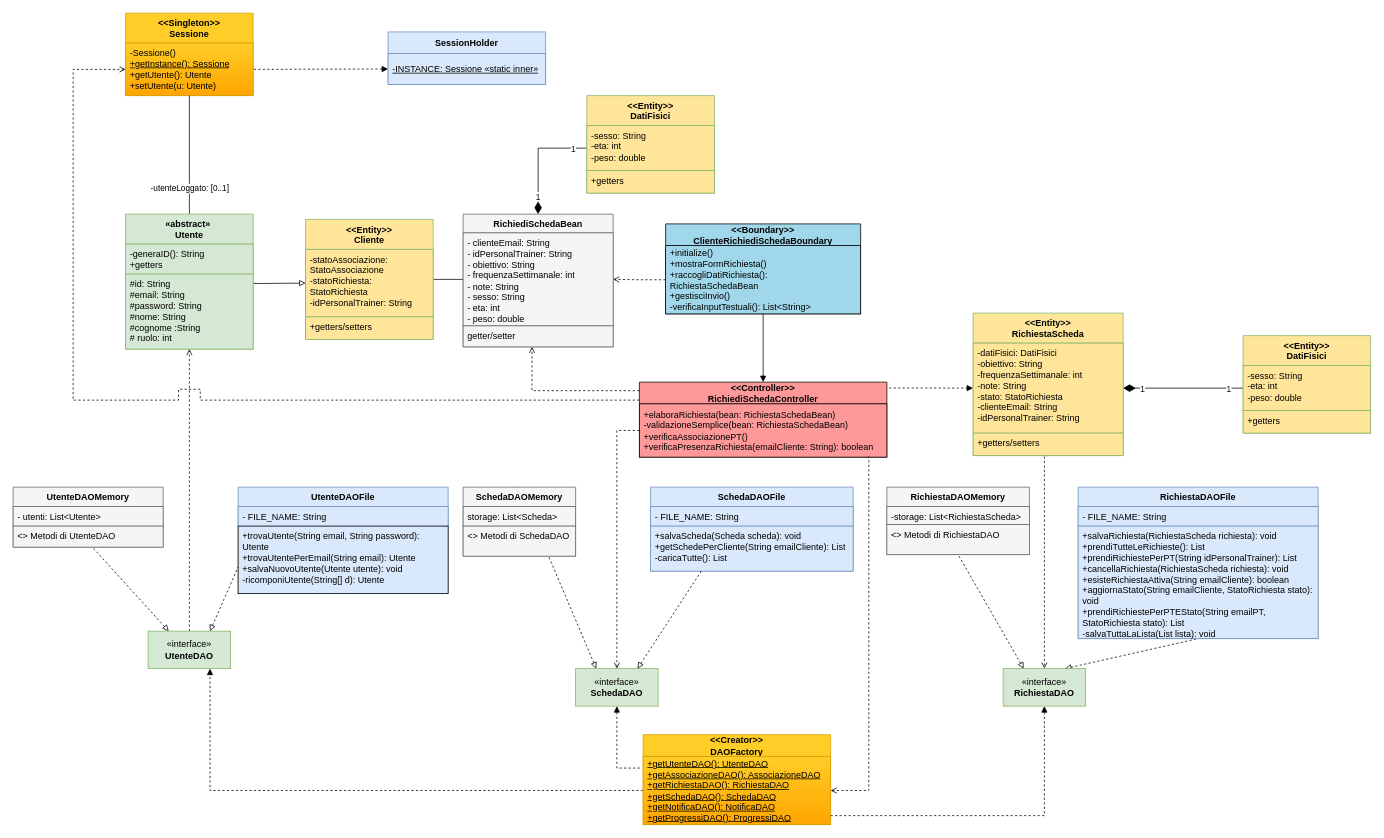
This is Diagramma senza titolo.drawio from FedericoSib/FitPlan, a draw.io file, before an edit. Source tidied: cells renumbered, new cells numbered last; positions are measured from the earlier drawing's top-left corner, leaving out a move shared by most shapes. Both pictures are drawn from the tidied source at 75%, with x=0, y=0 at pixel (13, 13).
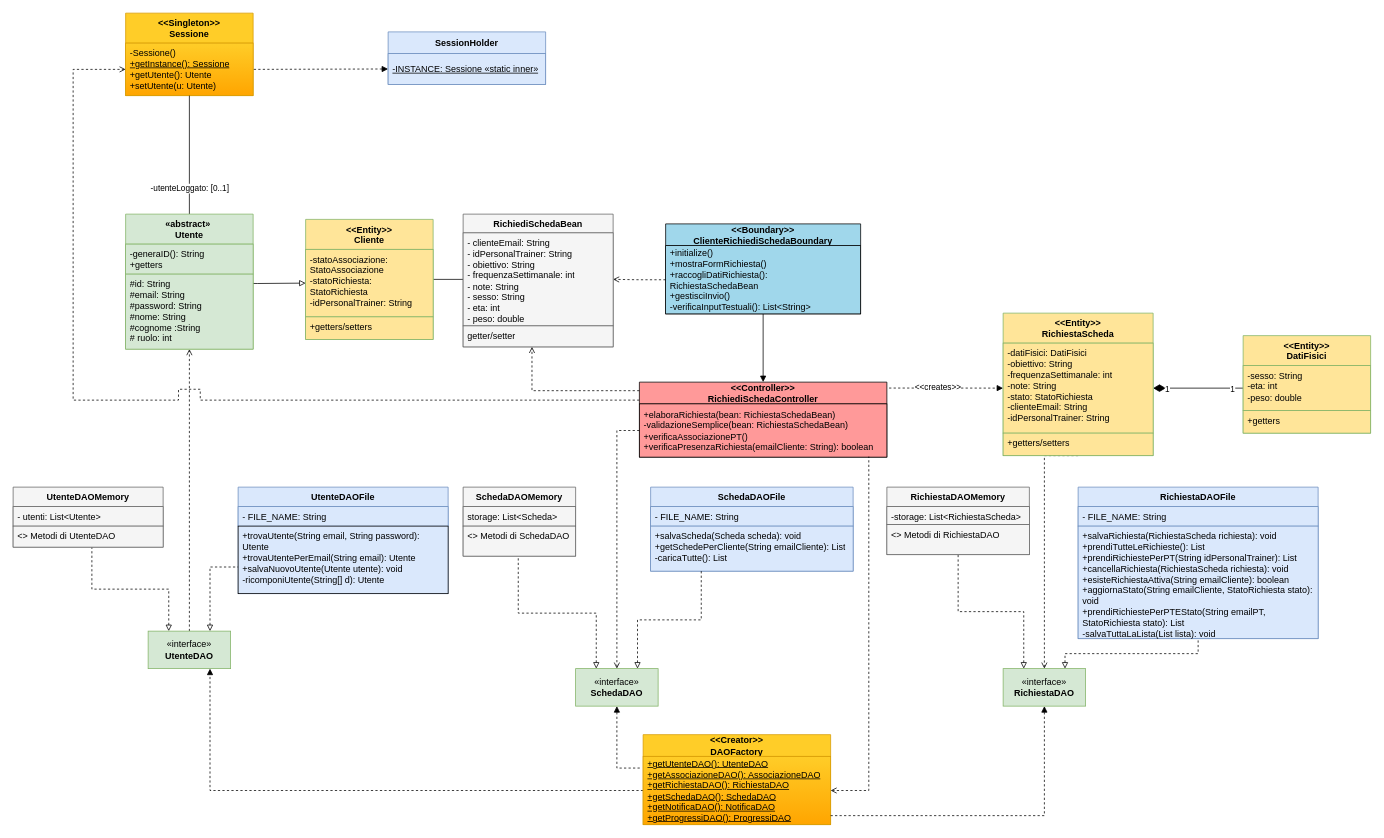
Above is the later version.

Unchanged cells that the change refers to:
```xml
<mxCell id="8" value="«interface»&lt;br&gt;&lt;b&gt;RichiestaDAO&lt;/b&gt;" style="html=1;whiteSpace=wrap;fillColor=#d5e8d4;gradientColor=none;strokeColor=#82b366;" parent="1" vertex="1">
  <mxGeometry x="1320" y="874" width="110" height="50" as="geometry" />
</mxCell>
<mxCell id="9" value="&lt;b&gt;RichiestaDAOFile&lt;/b&gt;" style="swimlane;fontStyle=1;align=center;verticalAlign=top;horizontal=1;startSize=26;whiteSpace=wrap;html=1;fillColor=#dae8fc;gradientColor=none;strokeColor=#6c8ebf;" parent="1" vertex="1">
  <mxGeometry x="1420" y="632" width="320" height="202" as="geometry" />
</mxCell>
<mxCell id="12" value="&lt;b&gt;RichiestaDAOMemory&lt;/b&gt;" style="swimlane;fontStyle=1;align=center;verticalAlign=top;horizontal=1;startSize=26;whiteSpace=wrap;html=1;fillColor=#f5f5f5;gradientColor=none;strokeColor=#666666;" parent="1" vertex="1">
  <mxGeometry x="1165" y="632" width="190" height="90" as="geometry" />
</mxCell>
<mxCell id="17" value="«interface»&lt;br&gt;&lt;b&gt;UtenteDAO&lt;/b&gt;" style="html=1;whiteSpace=wrap;fillColor=#d5e8d4;strokeColor=#82b366;gradientColor=none;" parent="1" vertex="1">
  <mxGeometry x="180" y="824" width="110" height="50" as="geometry" />
</mxCell>
<mxCell id="18" value="&lt;b&gt;UtenteDAOFile&lt;/b&gt;" style="swimlane;fontStyle=1;align=center;verticalAlign=top;horizontal=1;startSize=26;whiteSpace=wrap;html=1;fillColor=#dae8fc;gradientColor=none;strokeColor=#6c8ebf;" parent="1" vertex="1">
  <mxGeometry x="300" y="632" width="280" height="142" as="geometry" />
</mxCell>
<mxCell id="23" value="&amp;lt;&amp;gt; Metodi di UtenteDAO" style="text;strokeColor=#666666;fillColor=#f5f5f5;align=left;verticalAlign=top;spacingLeft=4;spacingRight=4;overflow=hidden;points=[[0,0.5],[1,0.5]];portConstraint=eastwest;whiteSpace=wrap;html=1;gradientColor=none;" parent="21" vertex="1">
  <mxGeometry y="52" width="200" height="28" as="geometry" />
</mxCell>
<mxCell id="25" value="&lt;div&gt;«interface»&lt;b&gt;&lt;br&gt;&lt;/b&gt;&lt;/div&gt;&lt;div&gt;&lt;b&gt;SchedaDAO&lt;/b&gt;&lt;/div&gt;" style="html=1;whiteSpace=wrap;fillColor=#d5e8d4;gradientColor=none;strokeColor=#82b366;" parent="1" vertex="1">
  <mxGeometry x="750" y="874" width="110" height="50" as="geometry" />
</mxCell>
<mxCell id="26" value="&lt;b&gt;SchedaDAOFile&lt;/b&gt;" style="swimlane;fontStyle=1;align=center;verticalAlign=top;horizontal=1;startSize=26;whiteSpace=wrap;html=1;fillColor=#dae8fc;gradientColor=none;strokeColor=#6c8ebf;" parent="1" vertex="1">
  <mxGeometry x="850" y="632" width="270" height="112" as="geometry" />
</mxCell>
<mxCell id="29" value="SchedaDAOMemory" style="swimlane;fontStyle=1;align=center;verticalAlign=top;horizontal=1;startSize=26;whiteSpace=wrap;html=1;fillColor=#f5f5f5;gradientColor=none;strokeColor=#666666;" parent="1" vertex="1">
  <mxGeometry x="600" y="632" width="150" height="92" as="geometry" />
</mxCell>
<mxCell id="31" value="&amp;lt;&amp;gt; Metodi di SchedaDAO" style="text;strokeColor=#666666;fillColor=#f5f5f5;align=left;verticalAlign=top;spacingLeft=4;spacingRight=4;overflow=hidden;points=[[0,0.5],[1,0.5]];portConstraint=eastwest;whiteSpace=wrap;html=1;gradientColor=none;" parent="29" vertex="1">
  <mxGeometry y="52" width="150" height="40" as="geometry" />
</mxCell>
<mxCell id="55" value="RichiediSchedaBean" style="swimlane;fontStyle=1;align=center;verticalAlign=top;horizontal=1;startSize=25;whiteSpace=wrap;html=1;swimlaneFillColor=default;fillColor=#f5f5f5;strokeColor=#666666;gradientColor=none;" parent="1" vertex="1">
  <mxGeometry x="600" y="268" width="200" height="177" as="geometry" />
</mxCell>
<mxCell id="61" style="edgeStyle=orthogonalEdgeStyle;rounded=0;jettySize=auto;html=1;dashed=1;endArrow=block;endFill=1;entryX=0;entryY=0.5;entryDx=0;entryDy=0;exitX=1.009;exitY=0.079;exitDx=0;exitDy=0;exitPerimeter=0;" parent="1" edge="1" source="47" target="73">
  <mxGeometry relative="1" as="geometry" />
</mxCell>
```

What changed in the source:
```diff
@@
-    <mxCell id="6" style="rounded=0;jettySize=auto;html=1;exitX=0.25;exitY=0;exitDx=0;exitDy=0;entryX=0.5;entryY=1;entryDx=0;entryDy=0;dashed=1;startArrow=block;startFill=0;endArrow=none;endFill=0;" parent="1" edge="1" source="8" target="12">
+    <mxCell id="6" style="rounded=0;jettySize=auto;html=1;exitX=0.25;exitY=0;exitDx=0;exitDy=0;entryX=0.5;entryY=1;entryDx=0;entryDy=0;dashed=1;startArrow=block;startFill=0;endArrow=none;endFill=0;edgeStyle=orthogonalEdgeStyle;" parent="1" edge="1" source="8" target="12">
       <mxGeometry relative="1" as="geometry" />
     </mxCell>
-    <mxCell id="7" style="rounded=0;jettySize=auto;html=1;exitX=0.75;exitY=0;exitDx=0;exitDy=0;dashed=1;entryX=0.5;entryY=1;entryDx=0;entryDy=0;startArrow=block;startFill=0;endArrow=none;endFill=0;" parent="1" edge="1" source="8" target="9">
+    <mxCell id="7" style="rounded=0;jettySize=auto;html=1;exitX=0.75;exitY=0;exitDx=0;exitDy=0;dashed=1;entryX=0.5;entryY=1;entryDx=0;entryDy=0;startArrow=block;startFill=0;endArrow=none;endFill=0;edgeStyle=orthogonalEdgeStyle;" parent="1" edge="1" source="8" target="9">
       <mxGeometry relative="1" as="geometry" />
     </mxCell>
@@
-    <mxCell id="15" style="rounded=0;jettySize=auto;html=1;exitX=0.25;exitY=0;exitDx=0;exitDy=0;entryX=0.525;entryY=0.979;entryDx=0;entryDy=0;dashed=1;startArrow=block;startFill=0;endArrow=none;endFill=0;entryPerimeter=0;" parent="1" edge="1" source="17" target="23">
+    <mxCell id="15" style="rounded=0;jettySize=auto;html=1;exitX=0.25;exitY=0;exitDx=0;exitDy=0;entryX=0.525;entryY=0.979;entryDx=0;entryDy=0;dashed=1;startArrow=block;startFill=0;endArrow=none;endFill=0;entryPerimeter=0;edgeStyle=orthogonalEdgeStyle;" parent="1" edge="1" source="17" target="23">
       <mxGeometry relative="1" as="geometry" />
     </mxCell>
@@
-    <mxCell id="24" style="rounded=0;jettySize=auto;html=1;exitX=0.25;exitY=0;exitDx=0;exitDy=0;entryX=0.5;entryY=0;entryDx=0;entryDy=0;dashed=1;startArrow=block;startFill=0;endArrow=none;endFill=0;" parent="1" edge="1" source="25" target="29">
-      <mxGeometry relative="1" as="geometry" />
+    <mxCell id="24" style="rounded=0;jettySize=auto;html=1;exitX=0.25;exitY=0;exitDx=0;exitDy=0;entryX=0.49;entryY=1.02;entryDx=0;entryDy=0;dashed=1;startArrow=block;startFill=0;endArrow=none;endFill=0;edgeStyle=orthogonalEdgeStyle;entryPerimeter=0;" parent="1" edge="1" source="25" target="31">
+      <mxGeometry relative="1" as="geometry">
+        <Array as="points">
+          <mxPoint x="777" y="800" />
+          <mxPoint x="673" y="800" />
+        </Array>
+      </mxGeometry>
     </mxCell>
@@
-    <mxCell id="32" style="rounded=0;jettySize=auto;html=1;exitX=0.75;exitY=0;exitDx=0;exitDy=0;entryX=0;entryY=0.75;entryDx=0;entryDy=0;dashed=1;startArrow=block;startFill=0;endArrow=none;endFill=0;" parent="1" edge="1" source="17" target="18">
+    <mxCell id="32" style="rounded=0;jettySize=auto;html=1;exitX=0.75;exitY=0;exitDx=0;exitDy=0;entryX=0;entryY=0.75;entryDx=0;entryDy=0;dashed=1;startArrow=block;startFill=0;endArrow=none;endFill=0;edgeStyle=orthogonalEdgeStyle;" parent="1" edge="1" source="17" target="18">
       <mxGeometry relative="1" as="geometry" />
     </mxCell>
@@
-    <mxCell id="44" style="rounded=0;jettySize=auto;html=1;entryX=0.75;entryY=0;entryDx=0;entryDy=0;exitX=0.25;exitY=1;exitDx=0;exitDy=0;dashed=1;endArrow=block;endFill=0;" parent="1" edge="1" source="26" target="25">
+    <mxCell id="44" style="rounded=0;jettySize=auto;html=1;entryX=0.75;entryY=0;entryDx=0;entryDy=0;exitX=0.25;exitY=1;exitDx=0;exitDy=0;dashed=1;endArrow=block;endFill=0;edgeStyle=orthogonalEdgeStyle;" parent="1" edge="1" source="26" target="25">
       <mxGeometry relative="1" as="geometry" />
     </mxCell>
@@
-    <mxCell id="62" style="startArrow=diamondThin;startSize=14;startFill=1;endArrow=none;rounded=0;exitX=0.5;exitY=0;exitDx=0;exitDy=0;entryX=0;entryY=0.5;entryDx=0;entryDy=0;edgeStyle=orthogonalEdgeStyle;" parent="1" edge="1" source="55" target="66">
-      <mxGeometry relative="1" as="geometry" />
-    </mxCell>
-    <mxCell id="63" value="1" style="edgeLabel;html=1;align=center;verticalAlign=middle;" parent="62" vertex="1">
-      <mxGeometry x="-0.68" relative="1" as="geometry">
-        <mxPoint x="-1" as="offset" />
-      </mxGeometry>
-    </mxCell>
-    <mxCell id="64" value="1" style="edgeLabel;html=1;align=center;verticalAlign=middle;" parent="62" vertex="1">
-      <mxGeometry x="0.76" relative="1" as="geometry">
-        <mxPoint x="-1" as="offset" />
-      </mxGeometry>
-    </mxCell>
-    <mxCell id="65" value="&lt;div&gt;&amp;lt;&amp;lt;Entity&amp;gt;&amp;gt;&lt;/div&gt;DatiFisici" style="swimlane;fontStyle=1;align=center;verticalAlign=top;horizontal=1;startSize=40;whiteSpace=wrap;html=1;fillColor=#FFE599;gradientColor=none;strokeColor=#82b366;" parent="1" vertex="1">
-      <mxGeometry x="765" y="110" width="170" height="130" as="geometry" />
-    </mxCell>
-    <mxCell id="66" value="-sesso: String&lt;br&gt;-eta: int&lt;br&gt;&lt;div&gt;-peso: double&lt;/div&gt;&lt;div&gt;&lt;br&gt;&lt;/div&gt;" style="text;strokeColor=#82b366;fillColor=#FFE599;align=left;verticalAlign=top;spacingLeft=4;spacingRight=4;overflow=hidden;points=[[0,0.5],[1,0.5]];portConstraint=eastwest;whiteSpace=wrap;html=1;gradientColor=none;" parent="65" vertex="1">
-      <mxGeometry y="40" width="170" height="60" as="geometry" />
-    </mxCell>
-    <mxCell id="67" value="&lt;div&gt;+getters&lt;/div&gt;" style="text;strokeColor=#82b366;fillColor=#FFE599;align=left;verticalAlign=top;spacingLeft=4;spacingRight=4;overflow=hidden;whiteSpace=wrap;html=1;gradientColor=none;" parent="65" vertex="1">
-      <mxGeometry y="100" width="170" height="30" as="geometry" />
-    </mxCell>
+    <mxCell id="80" value="&amp;lt;&amp;lt;creates&amp;gt;&amp;gt;" style="edgeLabel;html=1;align=center;verticalAlign=middle;" parent="61" vertex="1">
+      <mxGeometry x="-0.13" y="1" relative="1" as="geometry">
+        <mxPoint x="-1" as="offset" />
+      </mxGeometry>
+    </mxCell>
@@
     <mxCell id="72" value="&lt;div&gt;&amp;lt;&amp;lt;Entity&amp;gt;&amp;gt;&lt;/div&gt;RichiestaScheda" style="swimlane;fontStyle=1;align=center;verticalAlign=top;horizontal=1;startSize=40;whiteSpace=wrap;html=1;fillColor=#FFE599;gradientColor=none;strokeColor=#82b366;" parent="1" vertex="1">
-      <mxGeometry x="1280" y="400" width="200" height="190" as="geometry" />
+      <mxGeometry x="1320" y="400" width="200" height="190" as="geometry" />
     </mxCell>
```
